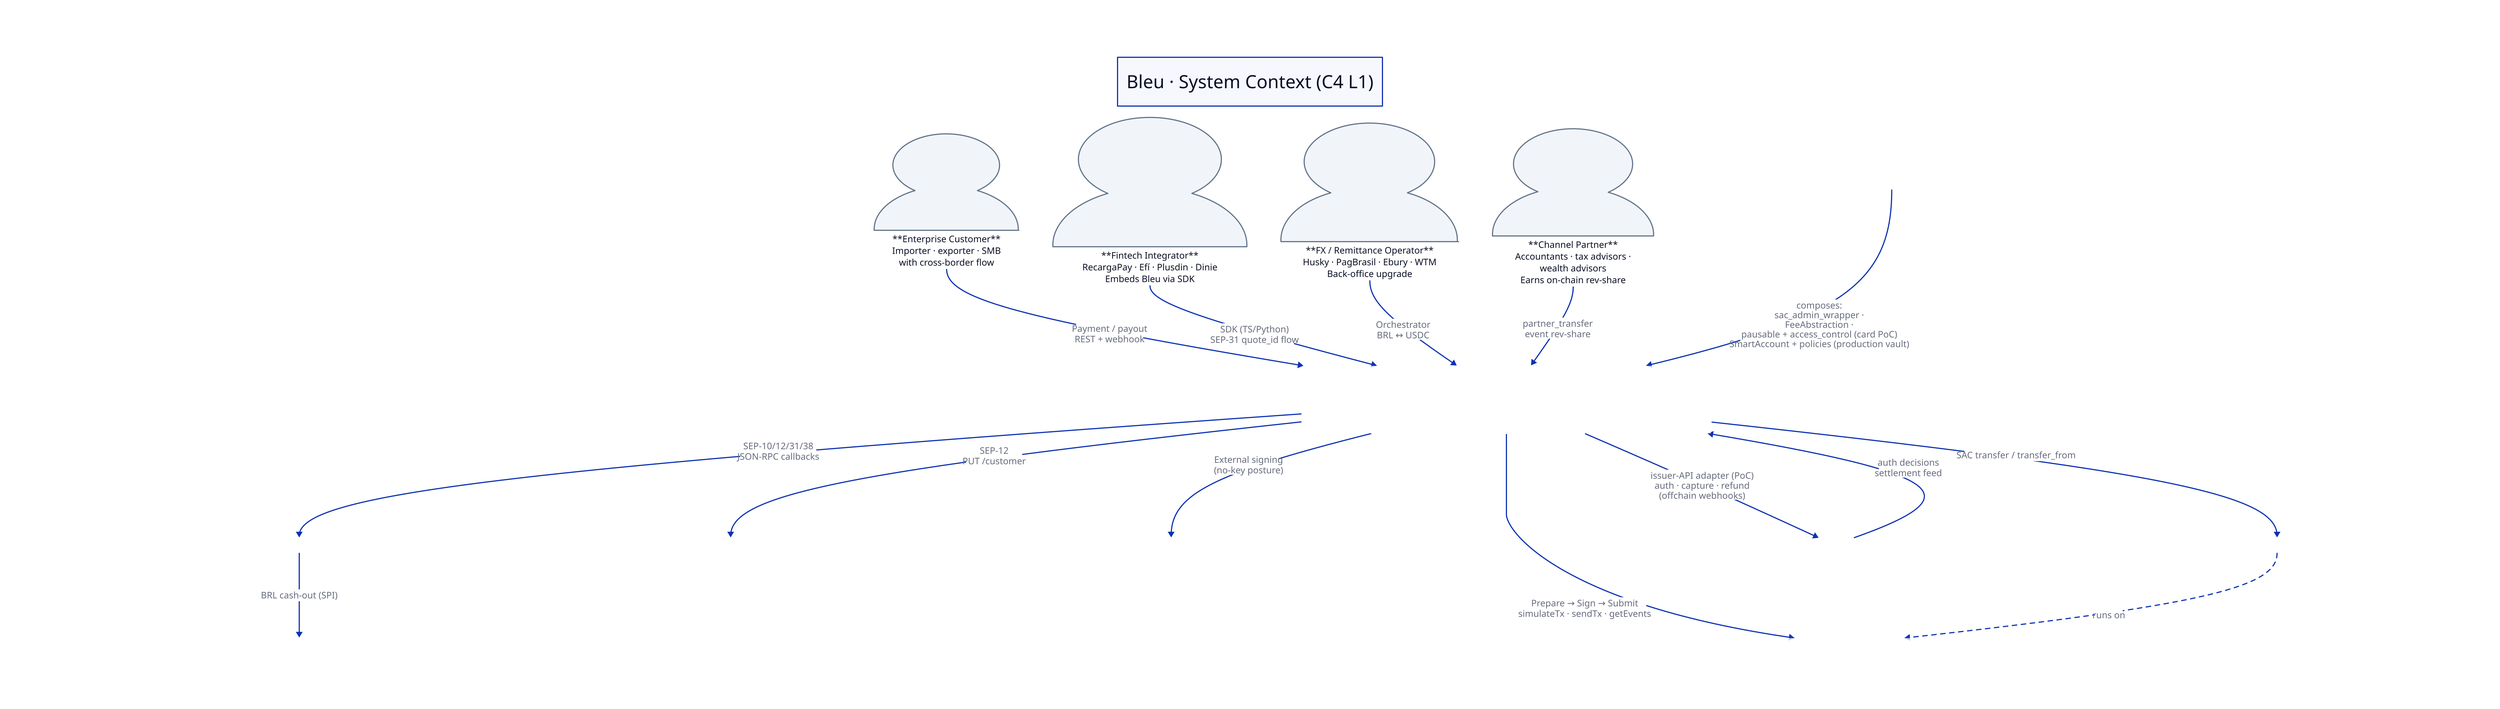
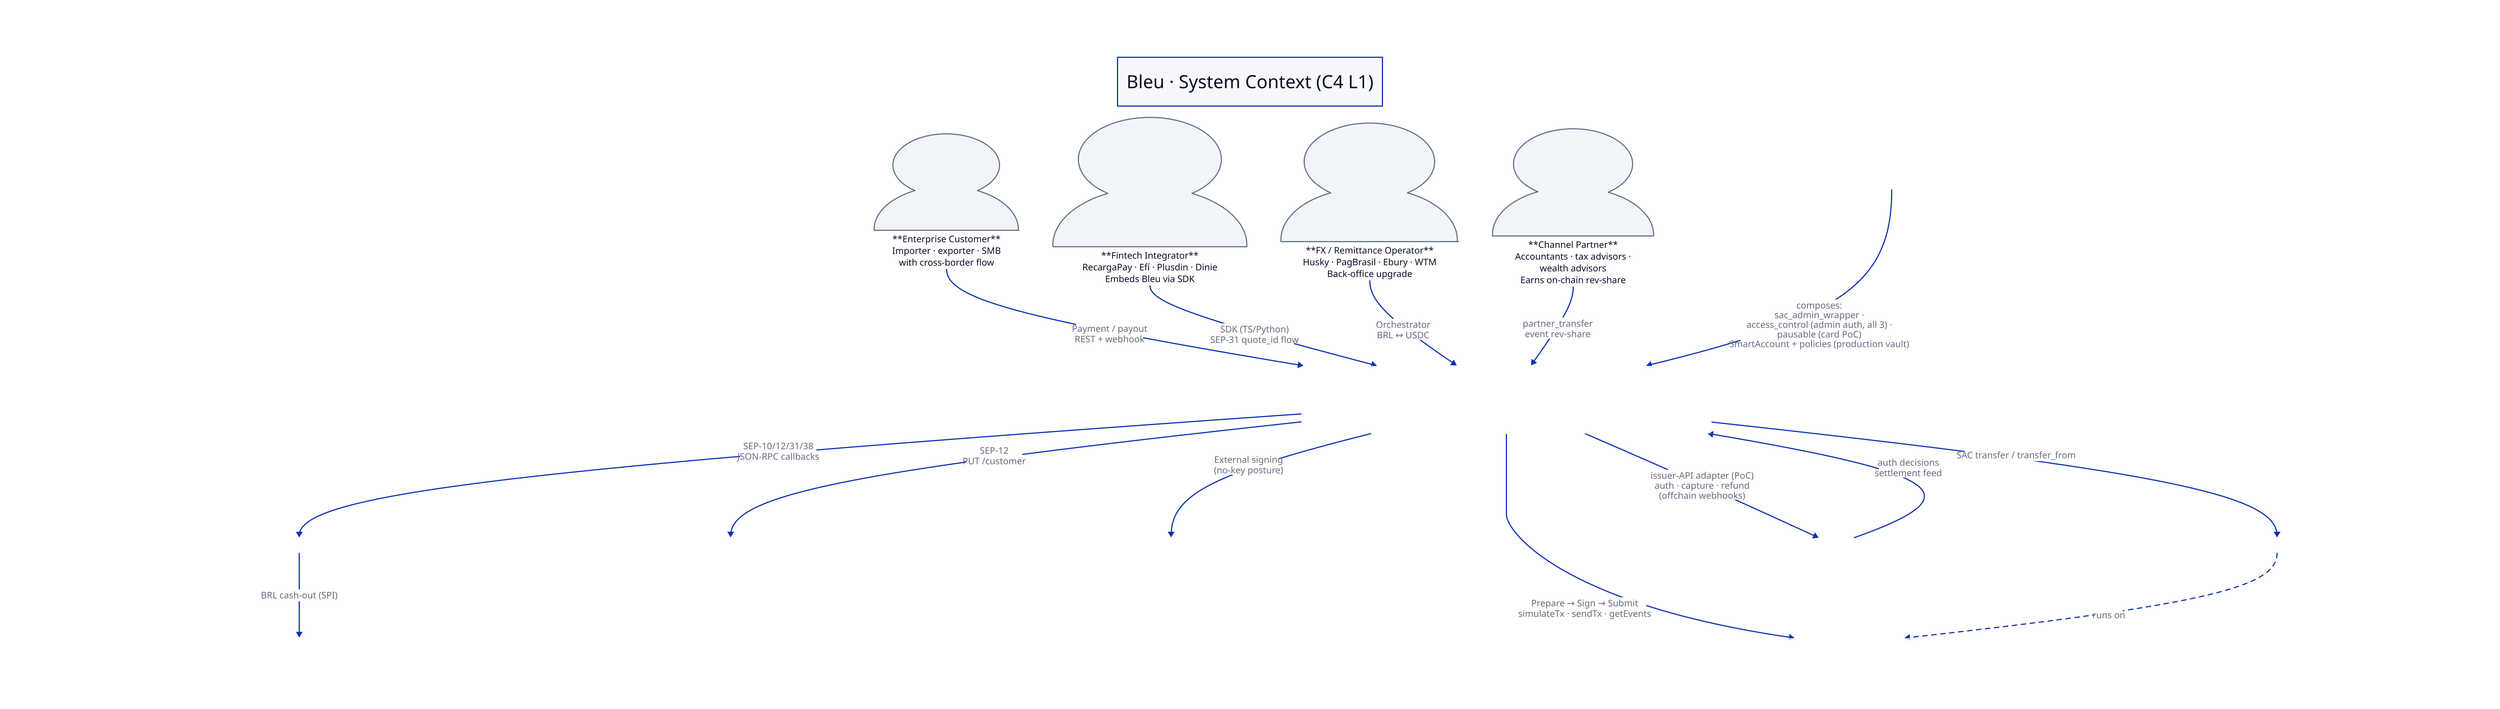
vars: {
  d2-config: {
    layout-engine: elk
  }
}

title: Bleu · System Context (C4 L1) {
  near: top-center
  style.font-size: 32
  style.bold: true
}

classes: {
  actor: {
    shape: person
    style.fill: "#f1f5f9"
    style.stroke: "#64748b"
  }
  bleu: {
    style.fill: "#2563eb"
    style.font-color: white
    style.stroke: "#1e40af"
    style.border-radius: 12
    style.bold: true
    style.shadow: true
  }
  external: {
    style.fill: "#e2e8f0"
    style.stroke: "#64748b"
  }
  chain: {
    style.fill: "#dcfce7"
    style.stroke: "#15803d"
  }
  build-dep: {
    style.fill: "#fef3c7"
    style.stroke: "#ca8a04"
  }
}

# -- Actors --
enterprise: |md
  **Enterprise Customer**
  Importer · exporter · SMB
  with cross-border flow
| {class: actor}

fintech: |md
  **Fintech Integrator**
  RecargaPay · Efí · Plusdin · Dinie
  Embeds Bleu via SDK
| {class: actor}

fxop: |md
  **FX / Remittance Operator**
  Husky · PagBrasil · Ebury · WTM
  Back-office upgrade
| {class: actor}

channel: |md
  **Channel Partner**
  Accountants · tax advisors ·
  wealth advisors
  Earns on-chain rev-share
| {class: actor}

# -- Bleu Platform --
bleu: |md
  ## Bleu Platform
  **BR/PIX Corridor on Stellar**

  BR-configured Anchor Platform +
  2 Soroban primitives
  (+ card-collateral PoC on testnet).
  MIT · open source.
| {class: bleu}

# -- Anchor ecosystem --
anchor: |md
  **BR Stellar Anchor**
  BACEN FX-licensed (10-candidate pool)
  offshore Stellar anchor = fallback
  SEP-10 · SEP-12 · SEP-31 · SEP-38
| {class: external}

pix: |md
  **PIX**
  BCB SPI (via anchor)
| {class: external}

# -- BYO adapters --
kyc: |md
  **BYO KYC / KYB**
  Idwall · Unico · Truora ·
  Onfido · Sumsub
  (SEP-12 pass-through)
| {class: external}

wallet: |md
  **BYO Wallet / Custody**
  Freighter · LOBSTR · Vibrant
  Fireblocks · BitGo · Anchorage
  Dynamic · Privy · Turnkey
  (Bleu holds no keys)
| {class: external}

# -- Chain --
stellar: |md
  **Stellar Network (Mainnet)**
  Soroban RPC + Horizon
  SCP ~5s finality
| {class: chain}

usdc: |md
  **USDC SAC**
  Circle-issued, native
  AUTH_CLAWBACK_ENABLED
  CAP-46-06 deterministic ID
| {class: chain}

# -- Card network (testnet PoC, hybrid architecture) --
card_net: |md
  **Card Network / Issuer / Processor**
  Visa · Mastercard
  BIN sponsor · EMI
  (Monavate-pattern · offchain)
  *(card-collateral PoC only)*
| {class: external}

# -- Build dependency --
oz: |md
  **OpenZeppelin Stellar Contracts**
  stellar-contracts =0.7.1 · MIT
  audited · SDF collaboration
  *(build-time dep)*
| {class: build-dep}

# -- User flows --
enterprise -> bleu: "Payment / payout\nREST + webhook"
fintech -> bleu: "SDK (TS/Python)\nSEP-31 quote_id flow"
fxop -> bleu: "Orchestrator\nBRL ↔ USDC"
channel -> bleu: "partner_transfer\nevent rev-share"

# -- Platform → anchor + off-chain --
bleu -> anchor: "SEP-10/12/31/38\nJSON-RPC callbacks"
bleu -> kyc: "SEP-12\nPUT /customer"
bleu -> wallet: "External signing\n(no-key posture)"
anchor -> pix: "BRL cash-out (SPI)"

# -- Platform → chain --
bleu -> stellar: "Prepare → Sign → Submit\nsimulateTx · sendTx · getEvents"
bleu -> usdc: "SAC transfer / transfer_from"
usdc -> stellar: "runs on" {style.stroke-dash: 4}

# -- Hybrid card architecture (testnet PoC) --
bleu -> card_net: "issuer-API adapter (PoC)\nauth · capture · refund\n(offchain webhooks)"
card_net -> bleu: "auth decisions\nsettlement feed"

# -- Build-time --
- oz -> bleu: "composes:\nsac_admin_wrapper ·\nFeeAbstraction ·\npausable + access_control (card PoC)\nSmartAccount + policies (production vault)"
+ oz -> bleu: "composes:\nsac_admin_wrapper ·\naccess_control (admin auth, all 3) ·\npausable (card PoC)\nSmartAccount + policies (production vault)"
